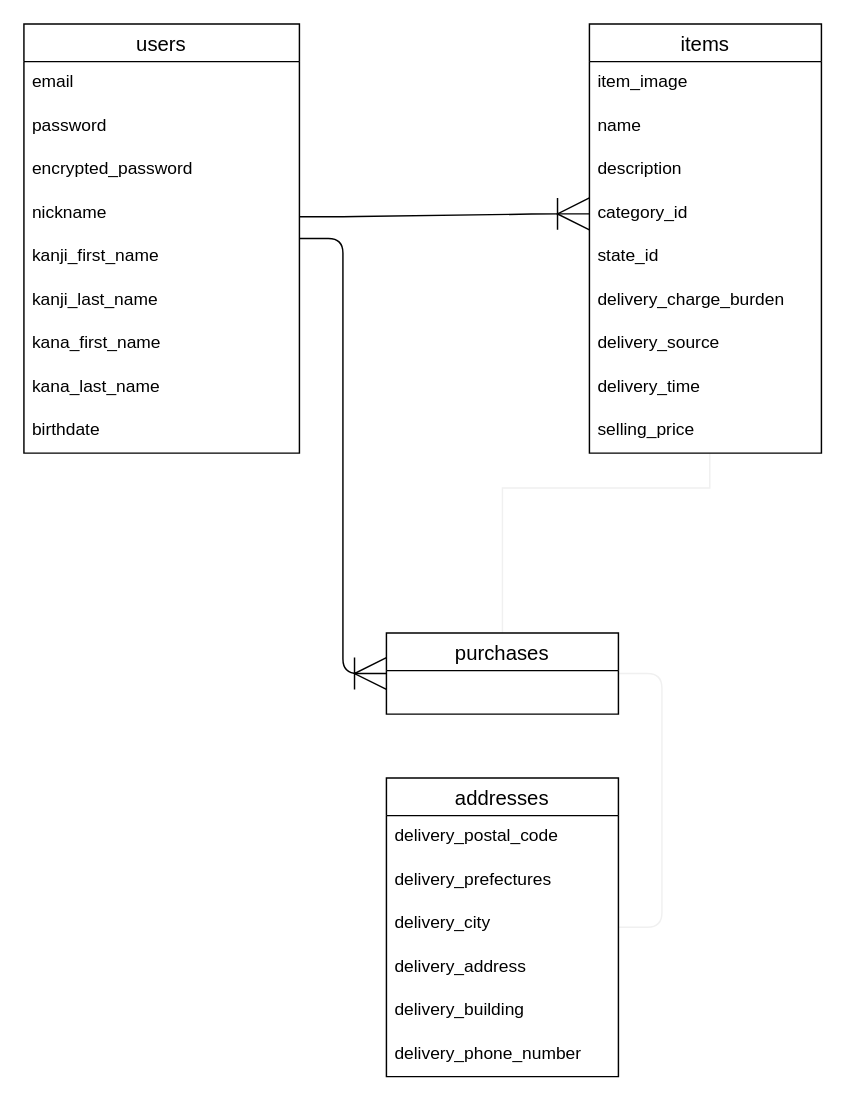
The draw.io diagram er.dio in KentaHarada06/furima-31641, before the edit. Source tidied: cells renumbered, new cells numbered last; positions are measured from the earlier drawing's top-left corner, leaving out a move shared by most shapes. Both pictures are drawn from the tidied source at 145%, with x=0, y=0 at pixel (23, 23).
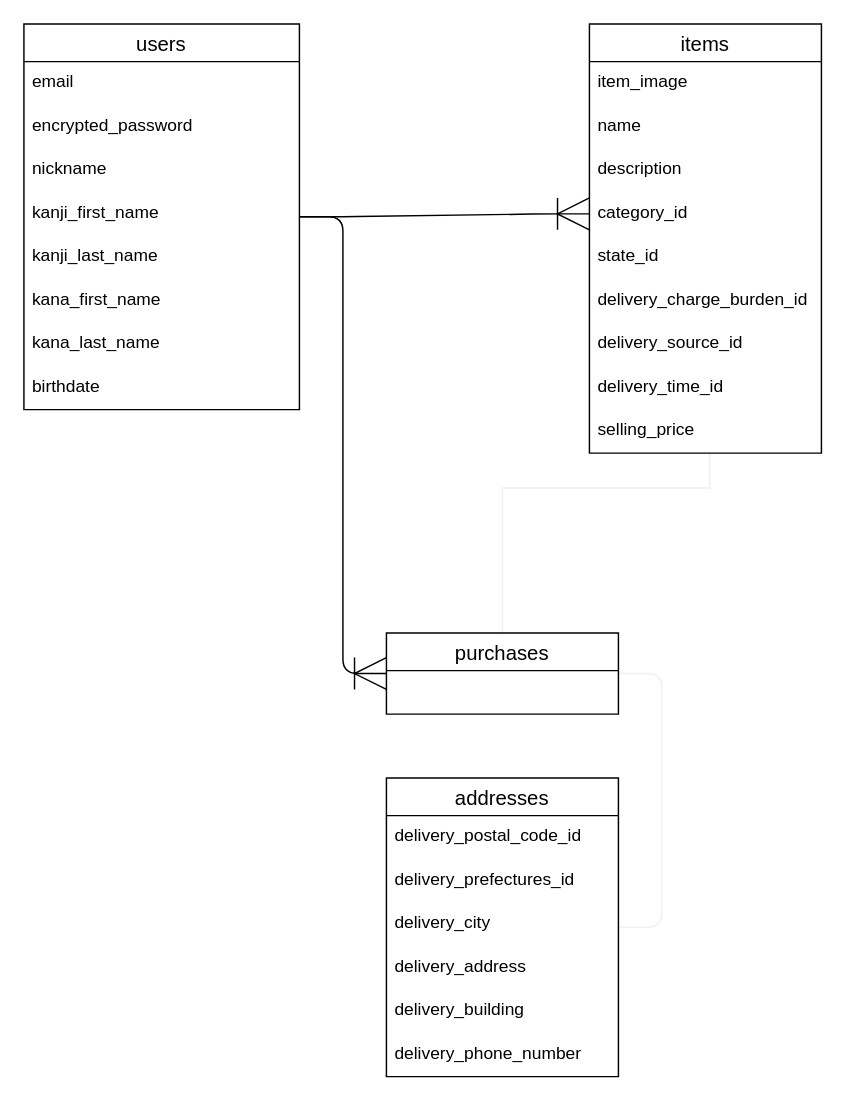
After the change.

Commit message (it also covers changes not shown here):
DB設計情報を修正3

Unchanged cells that the change refers to:
```xml
<mxCell id="15" value="items" style="swimlane;fontStyle=0;horizontal=1;startSize=26;align=center;fontSize=14;" parent="1" vertex="1">
  <mxGeometry x="390" width="160" height="296" as="geometry" />
</mxCell>
<mxCell id="27" value="addresses" style="swimlane;fontStyle=0;horizontal=1;startSize=26;align=center;fontSize=14;" parent="1" vertex="1">
  <mxGeometry x="250" y="520" width="160" height="206" as="geometry" />
</mxCell>
```

What changed in the source:
```diff
@@
     <mxCell id="5" value="users" style="swimlane;fontStyle=0;horizontal=1;startSize=26;align=center;fontSize=14;" parent="1" vertex="1">
-      <mxGeometry width="190" height="296" as="geometry" />
+      <mxGeometry width="190" height="266" as="geometry" />
     </mxCell>
@@
-    <mxCell id="7" value="password" style="text;strokeColor=none;fillColor=none;spacingLeft=4;spacingRight=4;overflow=hidden;fontSize=12;" parent="5" vertex="1">
-      <mxGeometry y="56" width="190" height="30" as="geometry" />
-    </mxCell>
     <mxCell id="8" value="encrypted_password" style="text;strokeColor=none;fillColor=none;spacingLeft=4;spacingRight=4;overflow=hidden;fontSize=12;" parent="5" vertex="1">
-      <mxGeometry y="86" width="190" height="30" as="geometry" />
+      <mxGeometry y="56" width="190" height="30" as="geometry" />
     </mxCell>
     <mxCell id="9" value="nickname" style="text;strokeColor=none;fillColor=none;spacingLeft=4;spacingRight=4;overflow=hidden;fontSize=12;" parent="5" vertex="1">
-      <mxGeometry y="116" width="190" height="30" as="geometry" />
+      <mxGeometry y="86" width="190" height="30" as="geometry" />
     </mxCell>
     <mxCell id="10" value="kanji_first_name" style="text;strokeColor=none;fillColor=none;spacingLeft=4;spacingRight=4;overflow=hidden;fontSize=12;" parent="5" vertex="1">
-      <mxGeometry y="146" width="190" height="30" as="geometry" />
+      <mxGeometry y="116" width="190" height="30" as="geometry" />
     </mxCell>
     <mxCell id="11" value="kanji_last_name" style="text;strokeColor=none;fillColor=none;spacingLeft=4;spacingRight=4;overflow=hidden;fontSize=12;" parent="5" vertex="1">
-      <mxGeometry y="176" width="190" height="30" as="geometry" />
+      <mxGeometry y="146" width="190" height="30" as="geometry" />
     </mxCell>
     <mxCell id="12" value="kana_first_name" style="text;strokeColor=none;fillColor=none;spacingLeft=4;spacingRight=4;overflow=hidden;fontSize=12;" parent="5" vertex="1">
-      <mxGeometry y="206" width="190" height="30" as="geometry" />
+      <mxGeometry y="176" width="190" height="30" as="geometry" />
     </mxCell>
     <mxCell id="13" value="kana_last_name" style="text;strokeColor=none;fillColor=none;spacingLeft=4;spacingRight=4;overflow=hidden;fontSize=12;" parent="5" vertex="1">
-      <mxGeometry y="236" width="190" height="30" as="geometry" />
+      <mxGeometry y="206" width="190" height="30" as="geometry" />
     </mxCell>
     <mxCell id="14" value="birthdate" style="text;strokeColor=none;fillColor=none;spacingLeft=4;spacingRight=4;overflow=hidden;fontSize=12;" parent="5" vertex="1">
-      <mxGeometry y="266" width="190" height="30" as="geometry" />
+      <mxGeometry y="236" width="190" height="30" as="geometry" />
     </mxCell>
@@
-    <mxCell id="21" value="delivery_charge_burden" style="text;strokeColor=none;fillColor=none;spacingLeft=4;spacingRight=4;overflow=hidden;fontSize=12;" parent="15" vertex="1">
+    <mxCell id="21" value="delivery_charge_burden_id" style="text;strokeColor=none;fillColor=none;spacingLeft=4;spacingRight=4;overflow=hidden;fontSize=12;" parent="15" vertex="1">
       <mxGeometry y="176" width="160" height="30" as="geometry" />
     </mxCell>
-    <mxCell id="22" value="delivery_source" style="text;strokeColor=none;fillColor=none;spacingLeft=4;spacingRight=4;overflow=hidden;fontSize=12;" parent="15" vertex="1">
+    <mxCell id="22" value="delivery_source_id" style="text;strokeColor=none;fillColor=none;spacingLeft=4;spacingRight=4;overflow=hidden;fontSize=12;" parent="15" vertex="1">
       <mxGeometry y="206" width="160" height="30" as="geometry" />
     </mxCell>
-    <mxCell id="23" value="delivery_time" style="text;strokeColor=none;fillColor=none;spacingLeft=4;spacingRight=4;overflow=hidden;fontSize=12;" parent="15" vertex="1">
+    <mxCell id="23" value="delivery_time_id" style="text;strokeColor=none;fillColor=none;spacingLeft=4;spacingRight=4;overflow=hidden;fontSize=12;" parent="15" vertex="1">
       <mxGeometry y="236" width="160" height="30" as="geometry" />
     </mxCell>
@@
-    <mxCell id="28" value="delivery_postal_code" style="text;strokeColor=none;fillColor=none;spacingLeft=4;spacingRight=4;overflow=hidden;fontSize=12;" parent="27" vertex="1">
+    <mxCell id="28" value="delivery_postal_code_id" style="text;strokeColor=none;fillColor=none;spacingLeft=4;spacingRight=4;overflow=hidden;fontSize=12;" parent="27" vertex="1">
       <mxGeometry y="26" width="160" height="30" as="geometry" />
     </mxCell>
-    <mxCell id="29" value="delivery_prefectures" style="text;strokeColor=none;fillColor=none;spacingLeft=4;spacingRight=4;overflow=hidden;fontSize=12;" parent="27" vertex="1">
+    <mxCell id="29" value="delivery_prefectures_id" style="text;strokeColor=none;fillColor=none;spacingLeft=4;spacingRight=4;overflow=hidden;fontSize=12;" parent="27" vertex="1">
       <mxGeometry y="56" width="160" height="30" as="geometry" />
     </mxCell>
```
